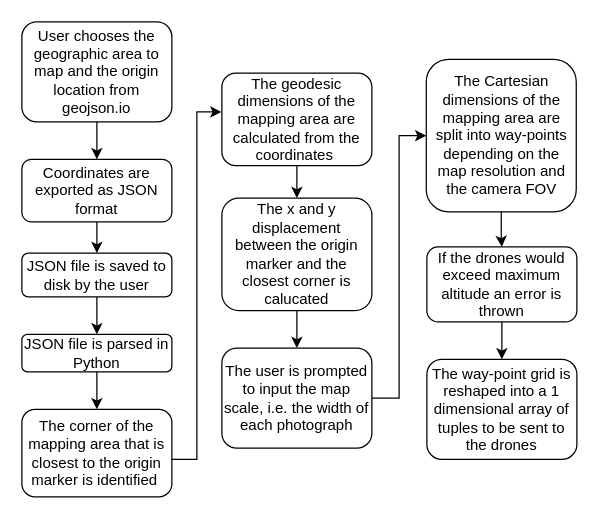
Before: geo_coordinates_flow_diagramdrawio.drawio in ot316/Masters-Project-Ground-Control-Server, a draw.io diagram. Source tidied: cells renumbered, new cells numbered last; positions are measured from the earlier drawing's top-left corner, leaving out a move shared by most shapes. Both pictures are drawn from the tidied source at 125%, with x=0, y=0 at pixel (21, 21).
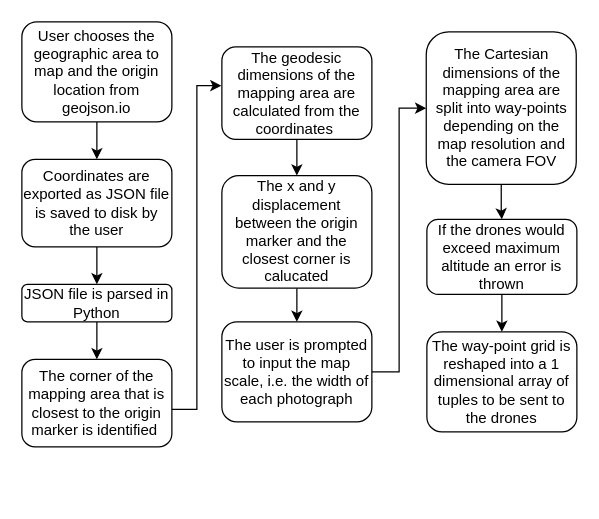
The same page after the edit.

Unchanged cells that the change refers to:
```xml
<mxCell id="3" value="User chooses the geographic area to map and the origin location from geojson.io" style="rounded=1;whiteSpace=wrap;html=1;fontSize=12;glass=0;strokeWidth=1;shadow=0;" parent="1" vertex="1">
  <mxGeometry width="120" height="80" as="geometry" />
</mxCell>
```

The edit, as a diff of the source:
```diff
@@
-    <mxCell id="2" style="edgeStyle=orthogonalEdgeStyle;rounded=0;jettySize=auto;html=1;exitX=0.5;exitY=1;exitDx=0;exitDy=0;entryX=0.5;entryY=0;entryDx=0;entryDy=0;" parent="1" edge="1" source="3" target="5">
-      <mxGeometry relative="1" as="geometry" />
-    </mxCell>
@@
-    <mxCell id="4" style="edgeStyle=orthogonalEdgeStyle;rounded=0;jettySize=auto;html=1;" parent="1" edge="1" source="5" target="7">
+    <mxCell id="4" style="edgeStyle=orthogonalEdgeStyle;rounded=0;jettySize=auto;html=1;exitX=0.5;exitY=1;exitDx=0;exitDy=0;" parent="1" edge="1" source="3" target="7">
       <mxGeometry relative="1" as="geometry" />
     </mxCell>
-    <mxCell id="5" value="Coordinates are exported as JSON format" style="rounded=1;whiteSpace=wrap;html=1;fontSize=12;glass=0;strokeWidth=1;shadow=0;" parent="1" vertex="1">
-      <mxGeometry y="110" width="120" height="50" as="geometry" />
-    </mxCell>
@@
-    <mxCell id="7" value="JSON file is saved to disk by the user" style="rounded=1;whiteSpace=wrap;html=1;fontSize=12;glass=0;strokeWidth=1;shadow=0;" parent="1" vertex="1">
-      <mxGeometry y="185" width="120" height="35" as="geometry" />
+    <mxCell id="7" value="Coordinates are exported as&amp;nbsp;JSON file is saved to disk by the user" style="rounded=1;whiteSpace=wrap;html=1;fontSize=12;glass=0;strokeWidth=1;shadow=0;" parent="1" vertex="1">
+      <mxGeometry y="110" width="120" height="70" as="geometry" />
     </mxCell>
@@
     <mxCell id="9" value="JSON file is parsed in Python" style="rounded=1;whiteSpace=wrap;html=1;fontSize=12;glass=0;strokeWidth=1;shadow=0;" parent="1" vertex="1">
-      <mxGeometry y="250" width="120" height="30" as="geometry" />
+      <mxGeometry y="210" width="120" height="30" as="geometry" />
     </mxCell>
     <mxCell id="10" value="The corner of the mapping area that is closest to the origin marker is identified&amp;nbsp;" style="rounded=1;whiteSpace=wrap;html=1;fontSize=12;glass=0;strokeWidth=1;shadow=0;" parent="1" vertex="1">
-      <mxGeometry y="310" width="120" height="70" as="geometry" />
+      <mxGeometry y="270" width="120" height="70" as="geometry" />
     </mxCell>
     <mxCell id="11" style="edgeStyle=orthogonalEdgeStyle;rounded=0;jettySize=auto;html=1;entryX=-0.003;entryY=0.419;entryDx=0;entryDy=0;entryPerimeter=0;" parent="1" edge="1" target="13">
       <mxGeometry relative="1" as="geometry">
-        <mxPoint x="120" y="350" as="sourcePoint" />
+        <mxPoint x="120" y="310" as="sourcePoint" />
         <Array as="points">
-          <mxPoint x="140" y="350" />
-          <mxPoint x="140" y="72" />
+          <mxPoint x="140" y="310" />
+          <mxPoint x="140" y="51" />
         </Array>
       </mxGeometry>
     </mxCell>
@@
     <mxCell id="13" value="The geodesic dimensions of the mapping area are calculated from the coordinates&amp;nbsp;" style="rounded=1;whiteSpace=wrap;html=1;fontSize=12;glass=0;strokeWidth=1;shadow=0;" parent="1" vertex="1">
-      <mxGeometry x="160" y="41" width="120" height="74" as="geometry" />
+      <mxGeometry x="160" y="20" width="120" height="74" as="geometry" />
     </mxCell>
     <mxCell id="14" style="edgeStyle=orthogonalEdgeStyle;rounded=0;jettySize=auto;html=1;exitX=0.5;exitY=1;exitDx=0;exitDy=0;entryX=0.5;entryY=0;entryDx=0;entryDy=0;" parent="1" edge="1" source="15">
       <mxGeometry relative="1" as="geometry">
-        <mxPoint x="220" y="261" as="targetPoint" />
+        <mxPoint x="220" y="240" as="targetPoint" />
       </mxGeometry>
     </mxCell>
     <mxCell id="15" value="The x and y displacement between the origin marker and the closest corner is calucated" style="rounded=1;whiteSpace=wrap;html=1;fontSize=12;glass=0;strokeWidth=1;shadow=0;" parent="1" vertex="1">
-      <mxGeometry x="160" y="141" width="120" height="90" as="geometry" />
+      <mxGeometry x="160" y="123" width="120" height="90" as="geometry" />
     </mxCell>
@@
     <mxCell id="17" value="The user is prompted to input the map scale, i.e. the width of each photograph" style="rounded=1;whiteSpace=wrap;html=1;fontSize=12;glass=0;strokeWidth=1;shadow=0;" parent="1" vertex="1">
-      <mxGeometry x="160" y="261" width="120" height="80" as="geometry" />
+      <mxGeometry x="160" y="240" width="120" height="80" as="geometry" />
     </mxCell>
@@
     <mxCell id="19" value="The Cartesian dimensions of the mapping area are split into way-points depending on the map resolution and the camera FOV" style="rounded=1;whiteSpace=wrap;html=1;fontSize=12;glass=0;strokeWidth=1;shadow=0;" parent="1" vertex="1">
-      <mxGeometry x="323.5" y="30" width="120" height="122" as="geometry" />
+      <mxGeometry x="323.5" y="8" width="120" height="122" as="geometry" />
     </mxCell>
     <mxCell id="20" style="edgeStyle=orthogonalEdgeStyle;rounded=0;jettySize=auto;html=1;" parent="1" edge="1" source="21">
       <mxGeometry relative="1" as="geometry">
-        <mxPoint x="384" y="270" as="targetPoint" />
+        <mxPoint x="384" y="248" as="targetPoint" />
       </mxGeometry>
     </mxCell>
     <mxCell id="21" value="If the drones would exceed maximum altitude an error is thrown" style="rounded=1;whiteSpace=wrap;html=1;fontSize=12;glass=0;strokeWidth=1;shadow=0;" parent="1" vertex="1">
-      <mxGeometry x="324" y="180" width="120" height="60" as="geometry" />
+      <mxGeometry x="324" y="158" width="120" height="60" as="geometry" />
     </mxCell>
     <mxCell id="22" value="The way-point grid is reshaped into a 1 dimensional array of tuples to be sent to the drones" style="rounded=1;whiteSpace=wrap;html=1;fontSize=12;glass=0;strokeWidth=1;shadow=0;" parent="1" vertex="1">
-      <mxGeometry x="324" y="270" width="120" height="80" as="geometry" />
+      <mxGeometry x="324" y="248" width="120" height="80" as="geometry" />
     </mxCell>
```
